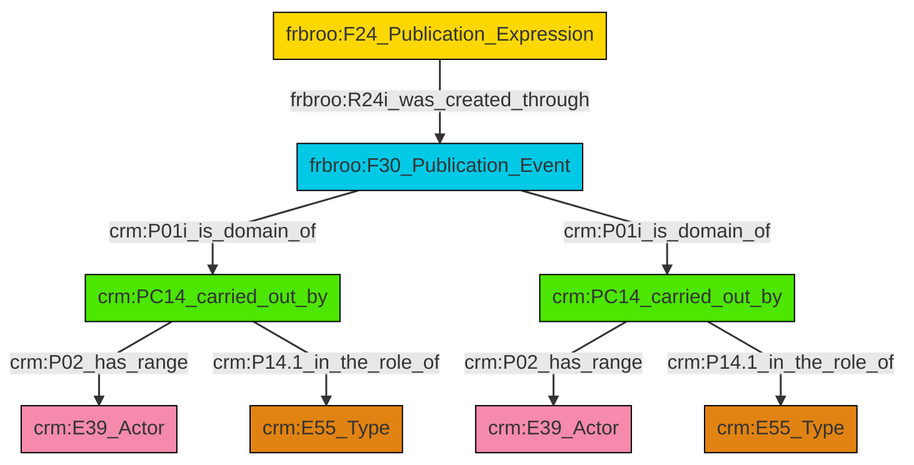
Earlier version of the Mermaid export et/biblioCSV/ttl/mmd/png/biblio_actor_relations.png (ncarboni/srdm). Its source is kept beside it as et/biblioCSV/ttl/mmd/biblio_actor_relations.ttl.mmd.
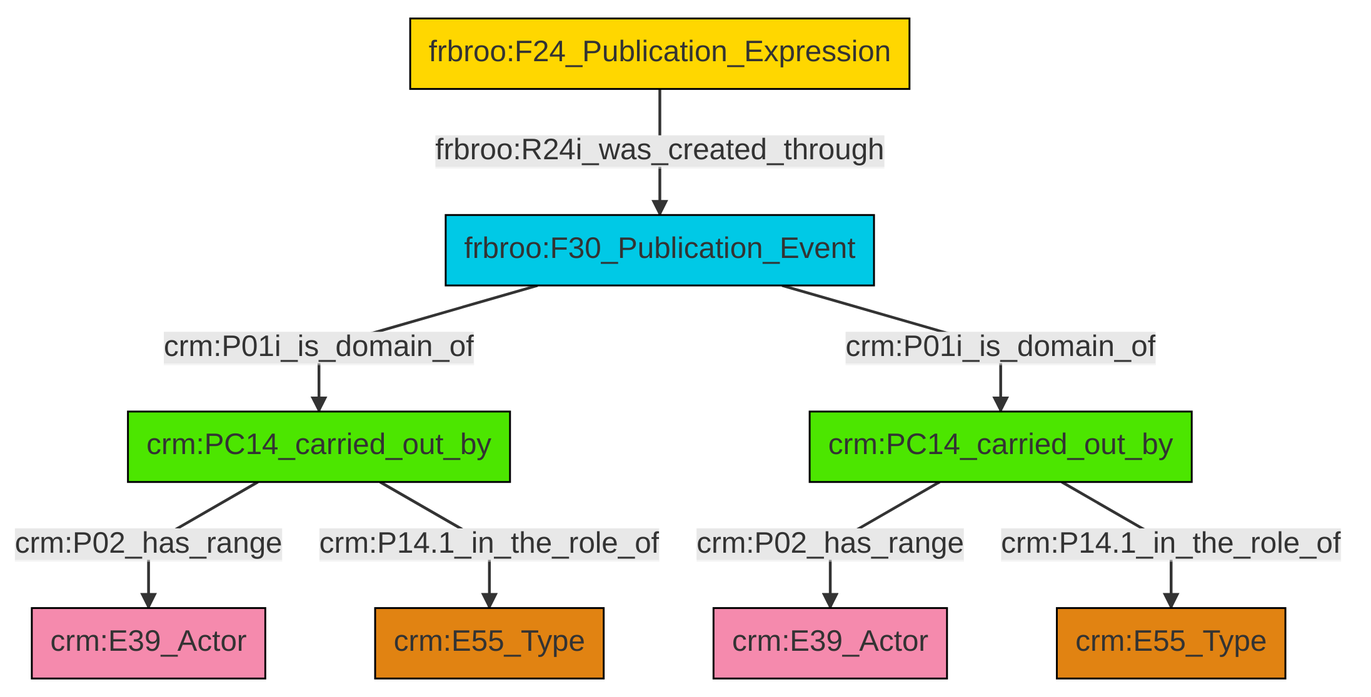
The same diagram one commit later.

Change to the diagram source:
```diff
@@ -13,10 +13,10 @@
 classDef PC_Classes fill:#4ce600, stroke:#000000;
 classDef Multi fill:#cccccc,stroke:#000000;
 
-0["crm:PC14_carried_out_by"]:::PC_Classes -->|crm:P02_has_range| 1["crm:E39_Actor"]:::Actor
-2["frbroo:F24_Publication_Expression"]:::Conceptual_Object -->|frbroo:R24i_was_created_through| 3["frbroo:F30_Publication_Event"]:::Temporal_Entity
-3["frbroo:F30_Publication_Event"]:::Temporal_Entity -->|crm:P01i_is_domain_of| 4["crm:PC14_carried_out_by"]:::PC_Classes
-4["crm:PC14_carried_out_by"]:::PC_Classes -->|crm:P02_has_range| 6["crm:E39_Actor"]:::Actor
-4["crm:PC14_carried_out_by"]:::PC_Classes -->|crm:P14.1_in_the_role_of| 8["crm:E55_Type"]:::Type
-0["crm:PC14_carried_out_by"]:::PC_Classes -->|crm:P14.1_in_the_role_of| 9["crm:E55_Type"]:::Type
-3["frbroo:F30_Publication_Event"]:::Temporal_Entity -->|crm:P01i_is_domain_of| 0["crm:PC14_carried_out_by"]:::PC_Classes
+0["crm:PC14_carried_out_by"]:::PC_Classes -->|crm:P02_has_range| 2["crm:E39_Actor"]:::Actor
+0["crm:PC14_carried_out_by"]:::PC_Classes -->|crm:P14.1_in_the_role_of| 3["crm:E55_Type"]:::Type
+5["frbroo:F24_Publication_Expression"]:::Conceptual_Object -->|frbroo:R24i_was_created_through| 10["frbroo:F30_Publication_Event"]:::Temporal_Entity
+13["crm:PC14_carried_out_by"]:::PC_Classes -->|crm:P02_has_range| 7["crm:E39_Actor"]:::Actor
+10["frbroo:F30_Publication_Event"]:::Temporal_Entity -->|crm:P01i_is_domain_of| 13["crm:PC14_carried_out_by"]:::PC_Classes
+10["frbroo:F30_Publication_Event"]:::Temporal_Entity -->|crm:P01i_is_domain_of| 0["crm:PC14_carried_out_by"]:::PC_Classes
+13["crm:PC14_carried_out_by"]:::PC_Classes -->|crm:P14.1_in_the_role_of| 11["crm:E55_Type"]:::Type
```
